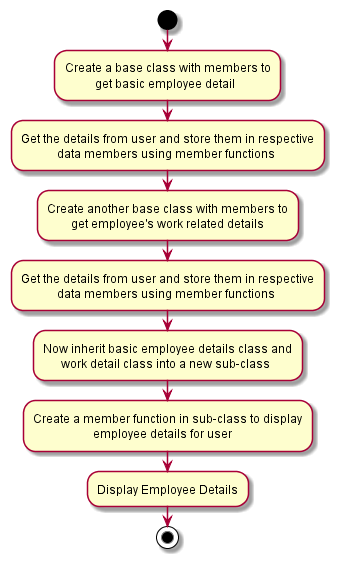
The PlantUML diagram assets/employee_details.png in Pranau-R/Employee-Details, before a commit.
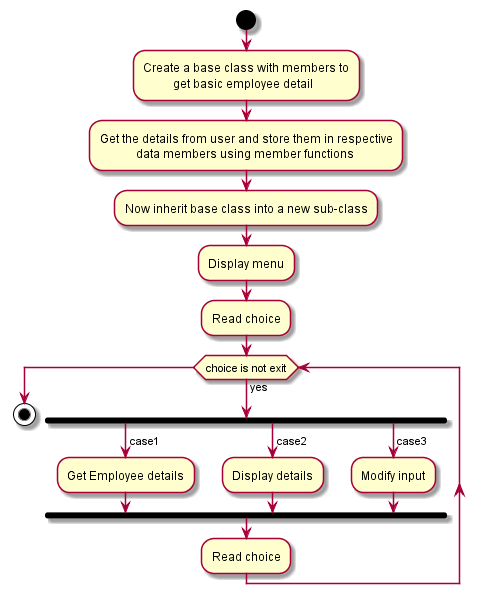
The same diagram one commit later.

The edit, as a diff of the source:
```diff
@@ -6,15 +6,31 @@
           get basic employee detail;
 :Get the details from user and store them in respective
             data members using member functions;
-:Create another base class with members to
-        get employee's work related details;
-:Get the details from user and store them in respective
-            data members using member functions;
-:Now inherit basic employee details class and
-      work detail class into a new sub-class;
-:Create a member function in sub-class to display
-                    employee details for user;
-:Display Employee Details;
+:Now inherit base class into a new sub-class;
+:Display menu;
+:Read choice;
+
+while (choice is not exit) is (yes)
+
+fork
+
+-> case1;
+:Get Employee details;
+
+fork again
+
+-> case2;
+:Display details;
+
+fork again
+->case3;
+:Modify input;
+
+end fork
+
+:Read choice;
+
+end while
 
 stop
 
```
